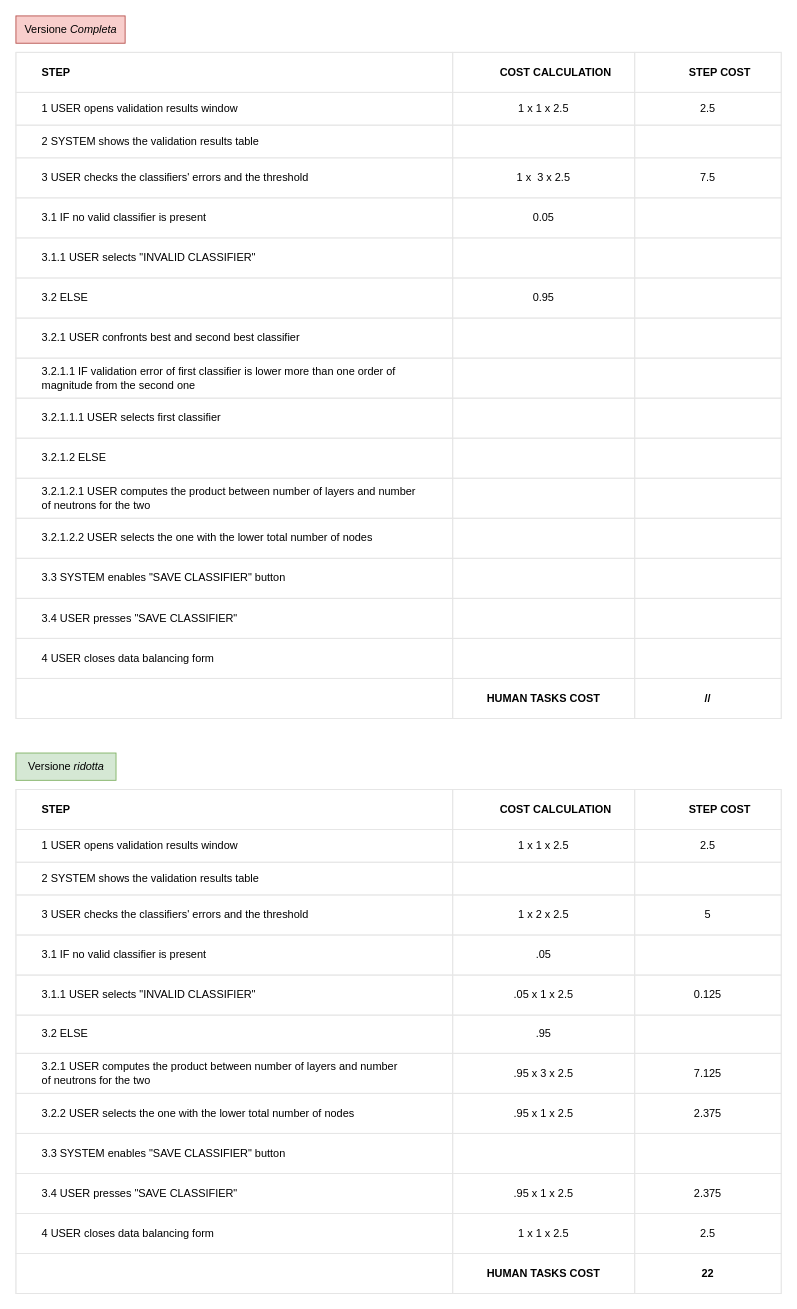
This is check validation results (Cape)/table_check validation results.drawio from BaffoBello14/AutomaticDamagesRecognition, a draw.io file, before an edit. Source tidied: cells renumbered, new cells numbered last; positions are measured from the earlier drawing's top-left corner, leaving out a move shared by most shapes. Both pictures are drawn from the tidied source at 91%, with x=0, y=0 at pixel (15, 15).
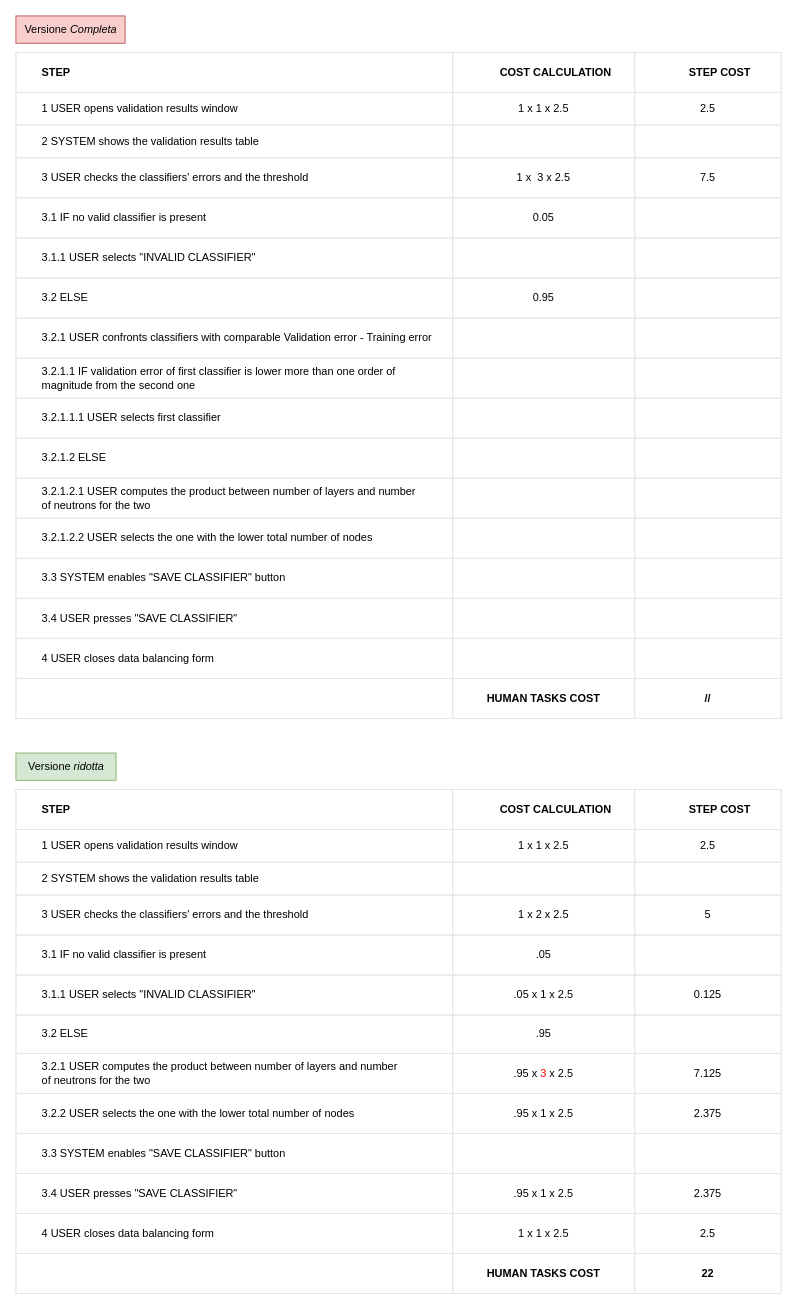
Above is the later version.

Unchanged cells that the change refers to:
```xml
<mxCell id="31" style="shape=tableRow;horizontal=0;startSize=0;swimlaneHead=0;swimlaneBody=0;top=0;left=0;bottom=0;right=0;fontStyle=0;fillColor=none;strokeColor=inherit;align=center;" parent="2" vertex="1">
  <mxGeometry y="292" width="841" height="44" as="geometry" />
</mxCell>
<mxCell id="100" style="shape=tableRow;horizontal=0;startSize=0;swimlaneHead=0;swimlaneBody=0;top=0;left=0;bottom=0;right=0;fontStyle=0;fillColor=none;strokeColor=inherit;align=center;" parent="71" vertex="1">
  <mxGeometry y="290" width="841" height="44" as="geometry" />
</mxCell>
```

Diff of the diagram source:
```diff
@@
-    <mxCell id="32" value="&lt;span style=&quot;white-space: pre;&quot;&gt;&#9;&lt;/span&gt;3.2.1 USER confronts best and second best classifier" style="strokeColor=inherit;fillColor=none;align=left;whiteSpace=wrap;html=1;labelPosition=center;verticalLabelPosition=middle;verticalAlign=middle;" parent="31" vertex="1">
+    <mxCell id="32" value="&lt;span style=&quot;&quot;&gt;&#9;&lt;/span&gt;&lt;span style=&quot;white-space: pre;&quot;&gt;&#9;&lt;/span&gt;3.2.1 USER confronts classifiers with comparable Validation error - Training error" style="strokeColor=inherit;fillColor=none;align=left;whiteSpace=wrap;html=1;labelPosition=center;verticalLabelPosition=middle;verticalAlign=middle;" parent="31" vertex="1">
       <mxGeometry width="480" height="44" as="geometry" />
     </mxCell>
@@
-    <mxCell id="102" value=".95 x 3 x 2.5" style="strokeColor=inherit;fillColor=none;align=center;whiteSpace=wrap;html=1;" parent="100" vertex="1">
+    <mxCell id="102" value=".95 x &lt;font color=&quot;#ff0000&quot;&gt;3 &lt;/font&gt;x 2.5" style="strokeColor=inherit;fillColor=none;align=center;whiteSpace=wrap;html=1;" parent="100" vertex="1">
       <mxGeometry x="480" width="200" height="44" as="geometry" />
     </mxCell>
```
